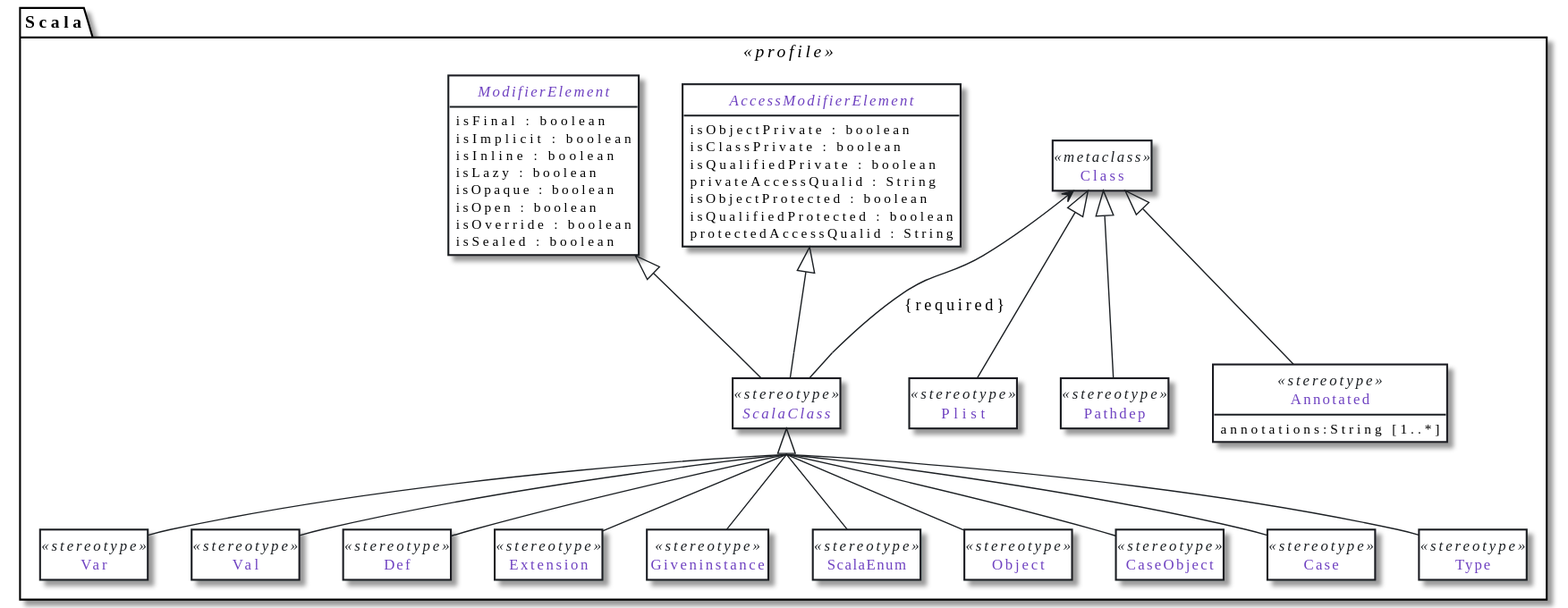
Earlier version of the PlantUML export out/uml-meta-model-extensions/scala.profile.classcomplete/scala.profile.classcomplete.svg (tizuck/scala-uml-diagrams). The source it was exported from:
```plantuml
@startuml
 package Scala <<profile>> {
    class Class <<metaclass>>
    abstract class ScalaClass <<stereotype>>

    abstract class AccessModifierElement {
        isObjectPrivate : boolean
        isClassPrivate : boolean
        isQualifiedPrivate : boolean
        privateAccessQualid : String
        isObjectProtected : boolean
        isQualifiedProtected : boolean
        protectedAccessQualid : String
    }

    abstract class ModifierElement {
        isFinal : boolean
        isImplicit : boolean
        isInline : boolean
        isLazy : boolean
        isOpaque : boolean
        isOpen : boolean
        isOverride : boolean
        isSealed : boolean
    }

    class Var <<stereotype>>
    class Val <<stereotype>>
    class Def <<stereotype>>
    class Extension <<stereotype>>
    class Giveninstance <<stereotype>>
    class ScalaEnum <<stereotype>>
    class Object <<stereotype>>
    class CaseObject <<stereotype>>
    class Case <<stereotype>>
    class Type <<stereotype>>
    class Plist <<stereotype>>
    class Pathdep <<stereotype>>
    class Annotated <<stereotype>>  {
        annotations:String [1..*]
    }

    Class <-- ScalaClass : {required}
    AccessModifierElement <|-- ScalaClass
    ModifierElement <|-- ScalaClass
    ScalaClass <|-- Var
    ScalaClass <|-- Val
    ScalaClass <|-- Def
    ScalaClass <|-- Extension
    ScalaClass <|-- Giveninstance
    ScalaClass <|-- ScalaEnum
    ScalaClass <|-- Object
    ScalaClass <|-- CaseObject
    ScalaClass <|-- Case
    ScalaClass <|-- Type
    Class <|-- Plist
    Class <|-- Annotated
    Class <|-- Pathdep
 }

hide circle
hide <<metaclass>> members
hide methods
hide members
show ModifierElement members
show AccessModifierElement members
hide ModifierElement methods
hide AccessModifierElement methods
show Annotated attributes

skinparam defaultFontName Source Code Pro

skinparam groupinheritance 4

skinparam ClassStereotypeFontColor #1b1f23

skinparam class {
    BackgroundColor White
    BorderColor #1b1f23
    ArrowColor #1b1f23
    FontColor #6f42c1
}

skinparam note {
    BackgroundColor White
    BorderColor #1b1f23
    ArrowColor #1b1f23
    FontColor #d73a49
}


skinparam stereotype {
    FontColor #d73a49
}
@enduml
```
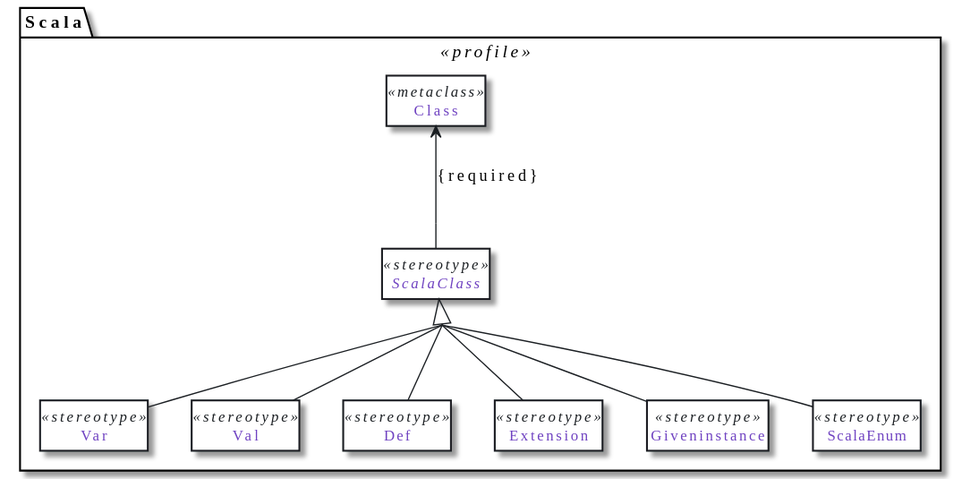
Later version of the same file.

Change to the diagram source:
```diff
@@ -2,27 +2,6 @@
  package Scala <<profile>> {
     class Class <<metaclass>>
     abstract class ScalaClass <<stereotype>>
-
-    abstract class AccessModifierElement {
-        isObjectPrivate : boolean
-        isClassPrivate : boolean
-        isQualifiedPrivate : boolean
-        privateAccessQualid : String
-        isObjectProtected : boolean
-        isQualifiedProtected : boolean
-        protectedAccessQualid : String
-    }
-
-    abstract class ModifierElement {
-        isFinal : boolean
-        isImplicit : boolean
-        isInline : boolean
-        isLazy : boolean
-        isOpaque : boolean
-        isOpen : boolean
-        isOverride : boolean
-        isSealed : boolean
-    }
 
     class Var <<stereotype>>
     class Val <<stereotype>>
@@ -30,44 +9,20 @@
     class Extension <<stereotype>>
     class Giveninstance <<stereotype>>
     class ScalaEnum <<stereotype>>
-    class Object <<stereotype>>
-    class CaseObject <<stereotype>>
-    class Case <<stereotype>>
-    class Type <<stereotype>>
-    class Plist <<stereotype>>
-    class Pathdep <<stereotype>>
-    class Annotated <<stereotype>>  {
-        annotations:String [1..*]
-    }
 
     Class <-- ScalaClass : {required}
-    AccessModifierElement <|-- ScalaClass
-    ModifierElement <|-- ScalaClass
     ScalaClass <|-- Var
     ScalaClass <|-- Val
     ScalaClass <|-- Def
     ScalaClass <|-- Extension
     ScalaClass <|-- Giveninstance
     ScalaClass <|-- ScalaEnum
-    ScalaClass <|-- Object
-    ScalaClass <|-- CaseObject
-    ScalaClass <|-- Case
-    ScalaClass <|-- Type
-    Class <|-- Plist
-    Class <|-- Annotated
-    Class <|-- Pathdep
  }
 
 hide circle
 hide <<metaclass>> members
 hide methods
 hide members
-show ModifierElement members
-show AccessModifierElement members
-hide ModifierElement methods
-hide AccessModifierElement methods
-show Annotated attributes
-
 skinparam defaultFontName Source Code Pro
 
 skinparam groupinheritance 4
```
